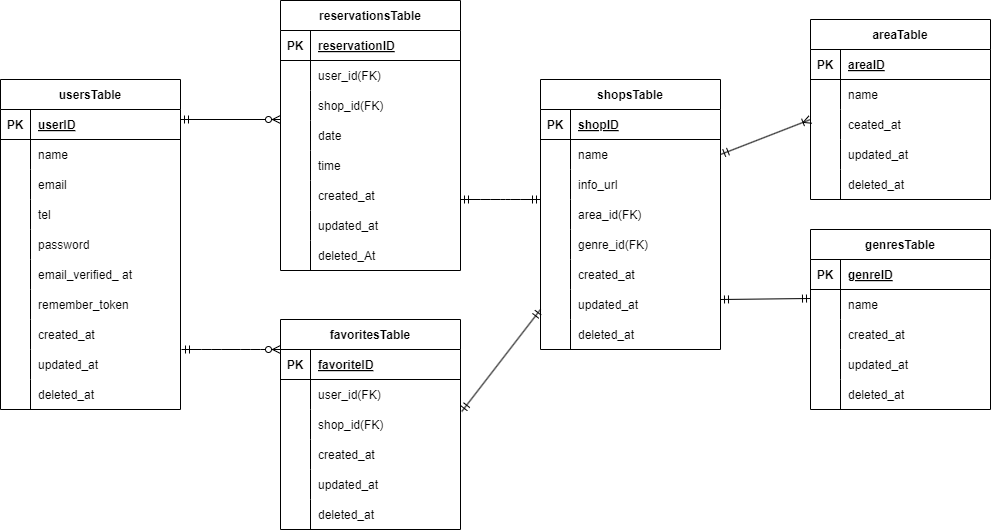
The draw.io diagram docs/er.drawio.png in kozuka-yuko/Rese, before a commit. Source tidied: cells renumbered, new cells last; positions are measured from the earlier drawing's top-left corner, leaving out a move shared by most shapes.
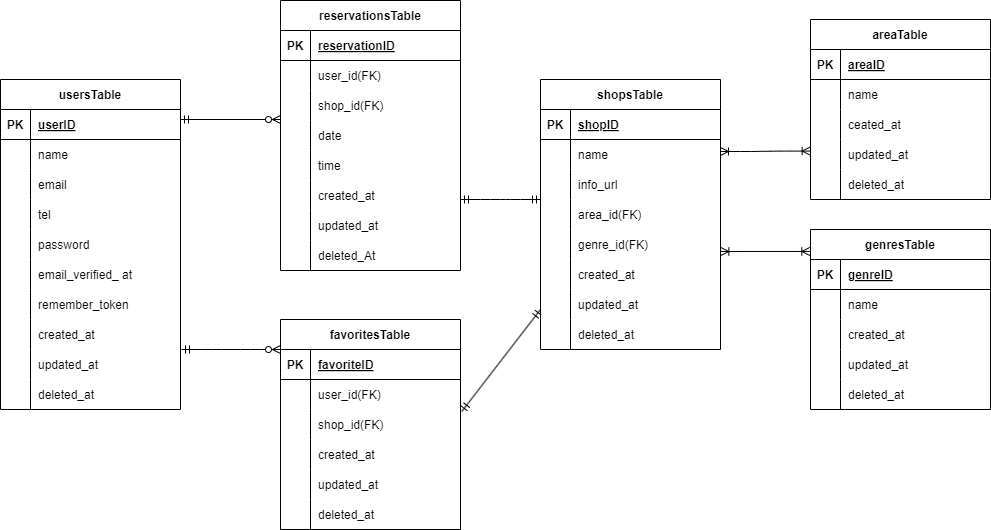
Later version of the same file.

The edit, as a diff of the source:
```diff
@@ -421,16 +421,14 @@
         <mxPoint x="540" y="309" as="targetPoint" />
       </mxGeometry>
     </mxCell>
-    <mxCell id="138" style="fontSize=12;html=1;endArrow=ERoneToMany;startArrow=ERmandOne;exitX=1;exitY=0.5;exitDx=0;exitDy=0;" parent="1" edge="1" source="81">
-      <mxGeometry relative="1" as="geometry">
-        <mxPoint x="810" y="119" as="targetPoint" />
-      </mxGeometry>
-    </mxCell>
-    <mxCell id="139" style="fontSize=12;html=1;endArrow=ERmandOne;startArrow=ERmandOne;" parent="1" edge="1">
-      <mxGeometry relative="1" as="geometry">
-        <mxPoint x="720" y="299" as="sourcePoint" />
-        <mxPoint x="810" y="298" as="targetPoint" />
-      </mxGeometry>
-    </mxCell>
+    <mxCell id="140" style="fontSize=12;html=1;endArrow=ERoneToMany;startArrow=ERoneToMany;exitX=1.002;exitY=0.733;exitDx=0;exitDy=0;exitPerimeter=0;entryX=-0.004;entryY=0.122;entryDx=0;entryDy=0;entryPerimeter=0;" parent="1" edge="1" source="90" target="118">
+      <mxGeometry relative="1" as="geometry" />
+    </mxCell>
+    <mxCell id="141" style="edgeStyle=entityRelationEdgeStyle;fontSize=12;html=1;endArrow=ERoneToMany;startArrow=ERoneToMany;entryX=0;entryY=0.131;entryDx=0;entryDy=0;entryPerimeter=0;" parent="1" edge="1">
+      <mxGeometry relative="1" as="geometry">
+        <mxPoint x="720" y="151" as="sourcePoint" />
+        <mxPoint x="809.6" y="150.6" as="targetPoint" />
+      </mxGeometry>
+    </mxCell>
   </root>
 </mxGraphModel>
```
